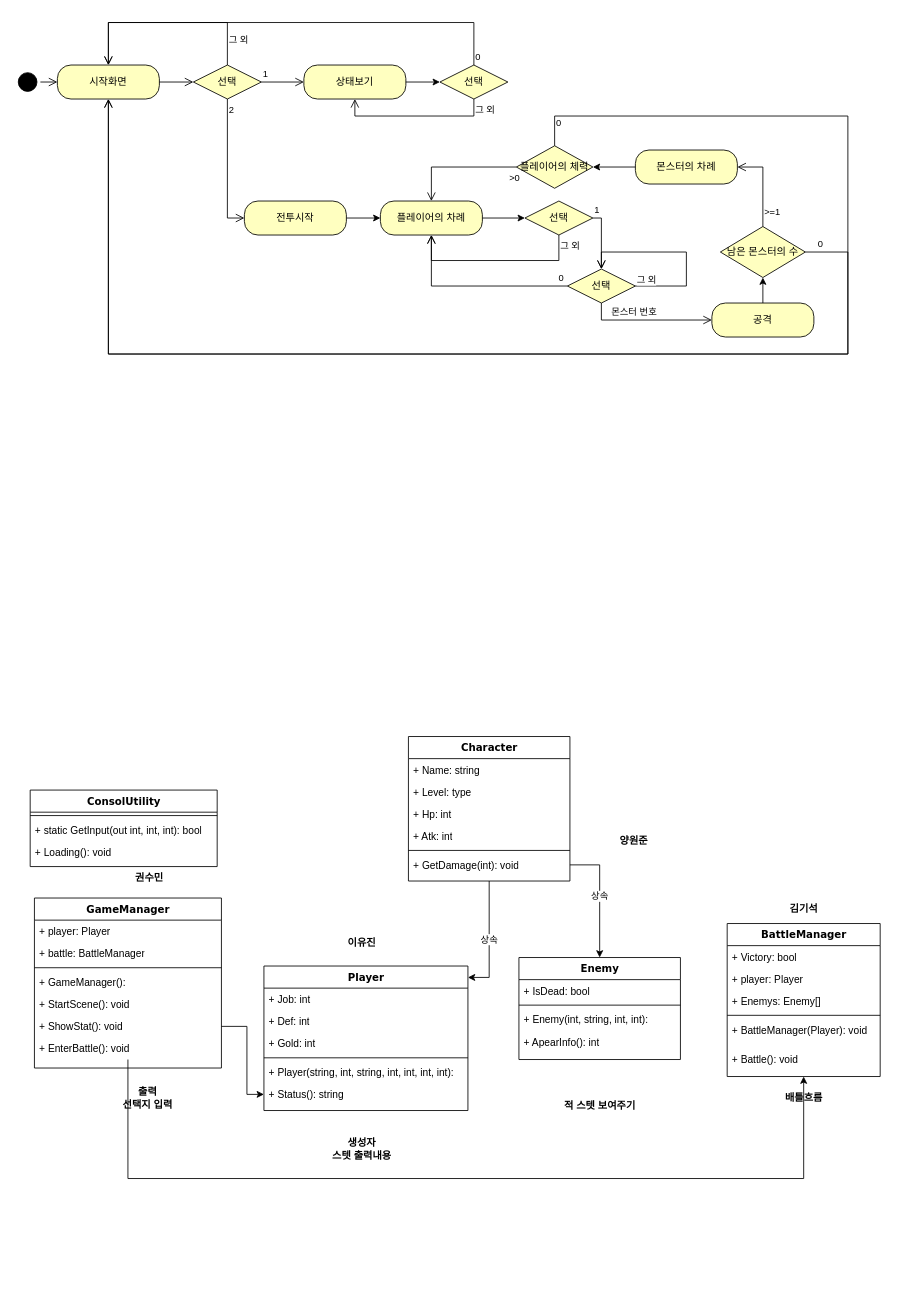
This is Class.drawio from Kim-giseok/TxtRPG2, a draw.io file, before an edit. Source tidied: cells renumbered, new cells numbered last; positions are measured from the earlier drawing's top-left corner, leaving out a move shared by most shapes. Both pictures are drawn from the tidied source at 85%, with x=0, y=0 at pixel (14, 22).
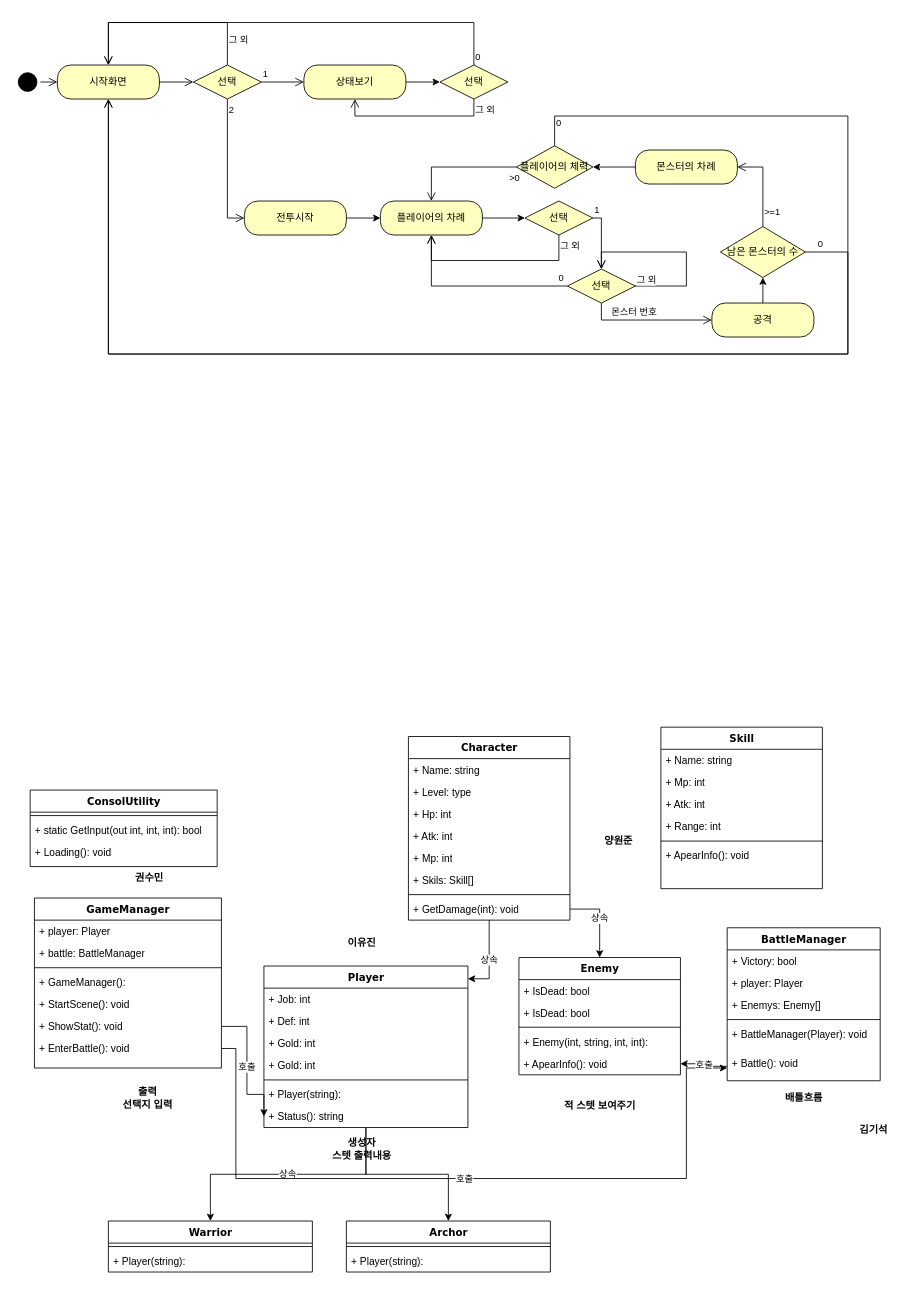
Above is the later version.

The change refers to these unchanged cells:
```xml
<mxCell id="8" value="+ ShowStat(): void" style="text;html=1;strokeColor=none;fillColor=none;align=left;verticalAlign=top;spacingLeft=4;spacingRight=4;whiteSpace=wrap;overflow=hidden;points=[[0,0.5],[1,0.5]];portConstraint=eastwest;" parent="2" vertex="1">
  <mxGeometry y="138" width="220" height="26" as="geometry" />
</mxCell>
<mxCell id="9" value="+ EnterBattle(): void" style="text;html=1;strokeColor=none;fillColor=none;align=left;verticalAlign=top;spacingLeft=4;spacingRight=4;whiteSpace=wrap;overflow=hidden;points=[[0,0.5],[1,0.5]];portConstraint=eastwest;" parent="2" vertex="1">
  <mxGeometry y="164" width="220" height="26" as="geometry" />
</mxCell>
<mxCell id="62" value="+ Battle(): void" style="text;html=1;strokeColor=none;fillColor=none;align=left;verticalAlign=top;spacingLeft=4;spacingRight=4;whiteSpace=wrap;overflow=hidden;points=[[0,0.5],[1,0.5]];portConstraint=eastwest;" parent="56" vertex="1">
  <mxGeometry y="146" width="180" height="34" as="geometry" />
</mxCell>
```

What changed in the source:
```diff
@@
+    <mxCell id="86" value="상속" style="edgeStyle=orthogonalEdgeStyle;rounded=0;jettySize=auto;html=1;exitX=0.5;exitY=1;exitDx=0;exitDy=0;entryX=0.5;entryY=0;entryDx=0;entryDy=0;" parent="1" edge="1" source="44" target="93">
+      <mxGeometry relative="1" as="geometry" />
+    </mxCell>
+    <mxCell id="87" style="edgeStyle=orthogonalEdgeStyle;rounded=0;jettySize=auto;html=1;entryX=0.5;entryY=0;entryDx=0;entryDy=0;" parent="1" edge="1" source="44" target="96">
+      <mxGeometry relative="1" as="geometry" />
+    </mxCell>
     <mxCell id="44" value="Player" style="swimlane;html=1;fontStyle=1;align=center;verticalAlign=top;horizontal=1;startSize=26;swimlaneFillColor=#ffffff;rounded=0;shadow=0;comic=0;labelBackgroundColor=none;strokeWidth=1;fillColor=none;fontFamily=Verdana;fontSize=12;" parent="1" vertex="1">
-      <mxGeometry x="293" y="1110" width="240" height="170" as="geometry" />
+      <mxGeometry x="293" y="1110" width="240" height="190" as="geometry" />
     </mxCell>
@@
+    <mxCell id="88" value="+ Gold: int" style="text;html=1;strokeColor=none;fillColor=none;align=left;verticalAlign=top;spacingLeft=4;spacingRight=4;whiteSpace=wrap;overflow=hidden;" parent="44" vertex="1">
+      <mxGeometry y="104" width="240" height="26" as="geometry" />
+    </mxCell>
     <mxCell id="48" style="line;html=1;strokeWidth=1;fillColor=none;align=left;verticalAlign=middle;spacingTop=-1;spacingLeft=3;spacingRight=3;labelPosition=right;" parent="44" vertex="1">
-      <mxGeometry y="104" width="240" height="8" as="geometry" />
+      <mxGeometry y="130" width="240" height="8" as="geometry" />
     </mxCell>
-    <mxCell id="49" value="+ Player(string, int, string, int, int, int, int):&amp;nbsp;" style="text;html=1;strokeColor=none;fillColor=none;align=left;verticalAlign=top;spacingLeft=4;spacingRight=4;whiteSpace=wrap;overflow=hidden;" parent="44" vertex="1">
-      <mxGeometry y="112" width="240" height="26" as="geometry" />
+    <mxCell id="49" value="+ Player(string):&amp;nbsp;" style="text;html=1;strokeColor=none;fillColor=none;align=left;verticalAlign=top;spacingLeft=4;spacingRight=4;whiteSpace=wrap;overflow=hidden;" parent="44" vertex="1">
+      <mxGeometry y="138" width="240" height="26" as="geometry" />
     </mxCell>
     <mxCell id="50" value="+ Status(): string" style="text;html=1;strokeColor=none;fillColor=none;align=left;verticalAlign=top;spacingLeft=4;spacingRight=4;whiteSpace=wrap;overflow=hidden;points=[[0,0.5],[1,0.5]];portConstraint=eastwest;" parent="44" vertex="1">
-      <mxGeometry y="138" width="240" height="26" as="geometry" />
+      <mxGeometry y="164" width="240" height="26" as="geometry" />
     </mxCell>
     <mxCell id="51" value="Enemy" style="swimlane;html=1;fontStyle=1;align=center;verticalAlign=top;horizontal=1;startSize=26;swimlaneFillColor=#ffffff;rounded=0;shadow=0;comic=0;labelBackgroundColor=none;strokeWidth=1;fillColor=none;fontFamily=Verdana;fontSize=12;" parent="1" vertex="1">
-      <mxGeometry x="593" y="1100" width="190" height="120" as="geometry" />
+      <mxGeometry x="593" y="1100" width="190" height="138" as="geometry" />
     </mxCell>
@@
+    <mxCell id="89" value="+ IsDead: bool" style="text;html=1;strokeColor=none;fillColor=none;align=left;verticalAlign=top;spacingLeft=4;spacingRight=4;whiteSpace=wrap;overflow=hidden;" parent="51" vertex="1">
+      <mxGeometry y="52" width="190" height="26" as="geometry" />
+    </mxCell>
     <mxCell id="53" style="line;html=1;strokeWidth=1;fillColor=none;align=left;verticalAlign=middle;spacingTop=-1;spacingLeft=3;spacingRight=3;labelPosition=right;" parent="51" vertex="1">
-      <mxGeometry y="52" width="190" height="8" as="geometry" />
+      <mxGeometry y="78" width="190" height="8" as="geometry" />
     </mxCell>
     <mxCell id="54" value="+ Enemy(int, string, int, int):" style="text;html=1;strokeColor=none;fillColor=none;align=left;verticalAlign=top;spacingLeft=4;spacingRight=4;whiteSpace=wrap;overflow=hidden;" parent="51" vertex="1">
-      <mxGeometry y="60" width="190" height="26" as="geometry" />
+      <mxGeometry y="86" width="190" height="26" as="geometry" />
     </mxCell>
-    <mxCell id="55" value="+ ApearInfo(): int" style="text;html=1;strokeColor=none;fillColor=none;align=left;verticalAlign=top;spacingLeft=4;spacingRight=4;whiteSpace=wrap;overflow=hidden;points=[[0,0.5],[1,0.5]];portConstraint=eastwest;" parent="51" vertex="1">
-      <mxGeometry y="86" width="190" height="26" as="geometry" />
+    <mxCell id="55" value="+ ApearInfo(): void" style="text;html=1;strokeColor=none;fillColor=none;align=left;verticalAlign=top;spacingLeft=4;spacingRight=4;whiteSpace=wrap;overflow=hidden;points=[[0,0.5],[1,0.5]];portConstraint=eastwest;" parent="51" vertex="1">
+      <mxGeometry y="112" width="190" height="26" as="geometry" />
     </mxCell>
     <mxCell id="56" value="BattleManager" style="swimlane;html=1;fontStyle=1;align=center;verticalAlign=top;horizontal=1;startSize=26;swimlaneFillColor=#ffffff;rounded=0;shadow=0;comic=0;labelBackgroundColor=none;strokeWidth=1;fillColor=none;fontFamily=Verdana;fontSize=12;" parent="1" vertex="1">
-      <mxGeometry x="838" y="1060" width="180" height="180" as="geometry" />
+      <mxGeometry x="838" y="1065" width="180" height="180" as="geometry" />
     </mxCell>
@@
-    <mxCell id="63" style="edgeStyle=orthogonalEdgeStyle;rounded=0;jettySize=auto;html=1;entryX=0;entryY=0.5;entryDx=0;entryDy=0;exitX=1;exitY=0.5;exitDx=0;exitDy=0;" parent="1" edge="1" source="8" target="50">
+    <mxCell id="63" value="호출" style="edgeStyle=orthogonalEdgeStyle;rounded=0;jettySize=auto;html=1;entryX=0;entryY=0.5;entryDx=0;entryDy=0;exitX=1;exitY=0.5;exitDx=0;exitDy=0;" parent="1" edge="1" source="8" target="50">
       <mxGeometry relative="1" as="geometry">
         <Array as="points">
           <mxPoint x="273" y="1181" />
           <mxPoint x="273" y="1261" />
         </Array>
       </mxGeometry>
     </mxCell>
     <mxCell id="64" value="양원준" style="text;align=center;fontStyle=1;verticalAlign=middle;spacingLeft=3;spacingRight=3;strokeColor=none;html=1;" parent="1" vertex="1">
-      <mxGeometry x="688" y="950" width="80" height="26" as="geometry" />
+      <mxGeometry x="670" y="950" width="80" height="26" as="geometry" />
     </mxCell>
@@
     <mxCell id="67" value="김기석" style="text;align=center;fontStyle=1;verticalAlign=middle;spacingLeft=3;spacingRight=3;strokeColor=none;html=1;" parent="1" vertex="1">
-      <mxGeometry x="888" y="1030" width="80" height="26" as="geometry" />
+      <mxGeometry x="970" y="1290" width="80" height="26" as="geometry" />
     </mxCell>
@@
     <mxCell id="72" value="Character" style="swimlane;html=1;fontStyle=1;align=center;verticalAlign=top;horizontal=1;startSize=26;swimlaneFillColor=#ffffff;rounded=0;shadow=0;comic=0;labelBackgroundColor=none;strokeWidth=1;fillColor=none;fontFamily=Verdana;fontSize=12;" parent="1" vertex="1">
-      <mxGeometry x="463" y="840" width="190" height="170" as="geometry" />
+      <mxGeometry x="463" y="840" width="190" height="216" as="geometry" />
     </mxCell>
@@
+    <mxCell id="90" value="+ Mp: int" style="text;html=1;strokeColor=none;fillColor=none;align=left;verticalAlign=top;spacingLeft=4;spacingRight=4;whiteSpace=wrap;overflow=hidden;" parent="72" vertex="1">
+      <mxGeometry y="130" width="190" height="26" as="geometry" />
+    </mxCell>
+    <mxCell id="91" value="+ Skils: Skill[]" style="text;html=1;strokeColor=none;fillColor=none;align=left;verticalAlign=top;spacingLeft=4;spacingRight=4;whiteSpace=wrap;overflow=hidden;" parent="72" vertex="1">
+      <mxGeometry y="156" width="190" height="26" as="geometry" />
+    </mxCell>
     <mxCell id="77" style="line;html=1;strokeWidth=1;fillColor=none;align=left;verticalAlign=middle;spacingTop=-1;spacingLeft=3;spacingRight=3;labelPosition=right;" parent="72" vertex="1">
-      <mxGeometry y="130" width="190" height="8" as="geometry" />
+      <mxGeometry y="182" width="190" height="8" as="geometry" />
     </mxCell>
     <mxCell id="78" value="+ GetDamage(int): void" style="text;html=1;strokeColor=none;fillColor=none;align=left;verticalAlign=top;spacingLeft=4;spacingRight=4;whiteSpace=wrap;overflow=hidden;points=[[0,0.5],[1,0.5]];portConstraint=eastwest;" parent="72" vertex="1">
-      <mxGeometry y="138" width="190" height="26" as="geometry" />
+      <mxGeometry y="190" width="190" height="26" as="geometry" />
     </mxCell>
@@
-    <mxCell id="85" style="edgeStyle=orthogonalEdgeStyle;rounded=0;jettySize=auto;html=1;" parent="1" edge="1" source="9" target="62">
+    <mxCell id="85" value="호출" style="edgeStyle=orthogonalEdgeStyle;rounded=0;jettySize=auto;html=1;" parent="1" edge="1" source="9" target="62">
       <mxGeometry relative="1" as="geometry">
         <Array as="points">
-          <mxPoint x="133" y="1360" />
-          <mxPoint x="928" y="1360" />
+          <mxPoint x="260" y="1207" />
+          <mxPoint x="260" y="1360" />
+          <mxPoint x="790" y="1360" />
+          <mxPoint x="790" y="1230" />
         </Array>
       </mxGeometry>
     </mxCell>
+    <mxCell id="92" value="호출" style="edgeStyle=orthogonalEdgeStyle;rounded=0;jettySize=auto;html=1;" parent="1" edge="1" source="62" target="55">
+      <mxGeometry relative="1" as="geometry" />
+    </mxCell>
+    <mxCell id="93" value="Warrior" style="swimlane;html=1;fontStyle=1;align=center;verticalAlign=top;horizontal=1;startSize=26;swimlaneFillColor=#ffffff;rounded=0;shadow=0;comic=0;labelBackgroundColor=none;strokeWidth=1;fillColor=none;fontFamily=Verdana;fontSize=12;" parent="1" vertex="1">
+      <mxGeometry x="110" y="1410" width="240" height="60" as="geometry" />
+    </mxCell>
+    <mxCell id="94" style="line;html=1;strokeWidth=1;fillColor=none;align=left;verticalAlign=middle;spacingTop=-1;spacingLeft=3;spacingRight=3;labelPosition=right;" parent="93" vertex="1">
+      <mxGeometry y="26" width="240" height="8" as="geometry" />
+    </mxCell>
+    <mxCell id="95" value="+ Player(string):&amp;nbsp;" style="text;html=1;strokeColor=none;fillColor=none;align=left;verticalAlign=top;spacingLeft=4;spacingRight=4;whiteSpace=wrap;overflow=hidden;" parent="93" vertex="1">
+      <mxGeometry y="34" width="240" height="26" as="geometry" />
+    </mxCell>
+    <mxCell id="96" value="Archor" style="swimlane;html=1;fontStyle=1;align=center;verticalAlign=top;horizontal=1;startSize=26;swimlaneFillColor=#ffffff;rounded=0;shadow=0;comic=0;labelBackgroundColor=none;strokeWidth=1;fillColor=none;fontFamily=Verdana;fontSize=12;" parent="1" vertex="1">
+      <mxGeometry x="390" y="1410" width="240" height="60" as="geometry" />
+    </mxCell>
+    <mxCell id="97" style="line;html=1;strokeWidth=1;fillColor=none;align=left;verticalAlign=middle;spacingTop=-1;spacingLeft=3;spacingRight=3;labelPosition=right;" parent="96" vertex="1">
+      <mxGeometry y="26" width="240" height="8" as="geometry" />
+    </mxCell>
+    <mxCell id="98" value="+ Player(string):&amp;nbsp;" style="text;html=1;strokeColor=none;fillColor=none;align=left;verticalAlign=top;spacingLeft=4;spacingRight=4;whiteSpace=wrap;overflow=hidden;" parent="96" vertex="1">
+      <mxGeometry y="34" width="240" height="26" as="geometry" />
+    </mxCell>
+    <mxCell id="99" value="Skill" style="swimlane;html=1;fontStyle=1;align=center;verticalAlign=top;horizontal=1;startSize=26;swimlaneFillColor=#ffffff;rounded=0;shadow=0;comic=0;labelBackgroundColor=none;strokeWidth=1;fillColor=none;fontFamily=Verdana;fontSize=12;" parent="1" vertex="1">
+      <mxGeometry x="760" y="829" width="190" height="190" as="geometry" />
+    </mxCell>
+    <mxCell id="100" value="+ Name: string" style="text;html=1;strokeColor=none;fillColor=none;align=left;verticalAlign=top;spacingLeft=4;spacingRight=4;whiteSpace=wrap;overflow=hidden;" parent="99" vertex="1">
+      <mxGeometry y="26" width="190" height="26" as="geometry" />
+    </mxCell>
+    <mxCell id="101" value="+ Mp: int" style="text;html=1;strokeColor=none;fillColor=none;align=left;verticalAlign=top;spacingLeft=4;spacingRight=4;whiteSpace=wrap;overflow=hidden;" parent="99" vertex="1">
+      <mxGeometry y="52" width="190" height="26" as="geometry" />
+    </mxCell>
+    <mxCell id="102" value="+ Atk: int" style="text;html=1;strokeColor=none;fillColor=none;align=left;verticalAlign=top;spacingLeft=4;spacingRight=4;whiteSpace=wrap;overflow=hidden;" parent="99" vertex="1">
+      <mxGeometry y="78" width="190" height="26" as="geometry" />
+    </mxCell>
+    <mxCell id="103" value="+ Range: int" style="text;html=1;strokeColor=none;fillColor=none;align=left;verticalAlign=top;spacingLeft=4;spacingRight=4;whiteSpace=wrap;overflow=hidden;" parent="99" vertex="1">
+      <mxGeometry y="104" width="190" height="26" as="geometry" />
+    </mxCell>
+    <mxCell id="104" style="line;html=1;strokeWidth=1;fillColor=none;align=left;verticalAlign=middle;spacingTop=-1;spacingLeft=3;spacingRight=3;labelPosition=right;" parent="99" vertex="1">
+      <mxGeometry y="130" width="190" height="8" as="geometry" />
+    </mxCell>
+    <mxCell id="105" value="+ ApearInfo(): void" style="text;html=1;strokeColor=none;fillColor=none;align=left;verticalAlign=top;spacingLeft=4;spacingRight=4;whiteSpace=wrap;overflow=hidden;" parent="99" vertex="1">
+      <mxGeometry y="138" width="190" height="26" as="geometry" />
+    </mxCell>
```
